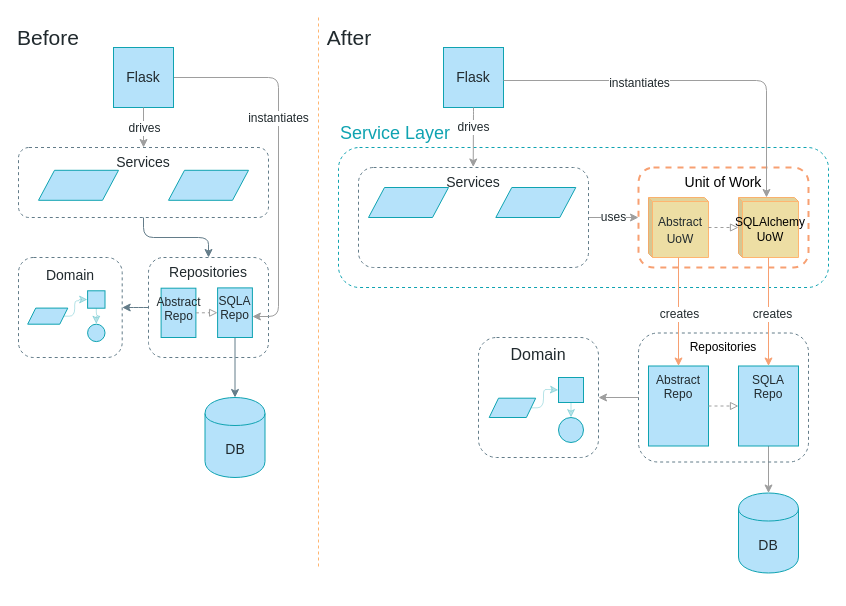
Above: page "Chapter 5" (4 of 10) of maps.drawio in cosmicpython/book (draw.io), before the change. Source tidied: cells renumbered, new cells numbered last; positions are measured from the earlier drawing's top-left corner, leaving out a move shared by most shapes. Both pictures are drawn from the tidied source at 100%, with x=0, y=0 at pixel (17, 17).
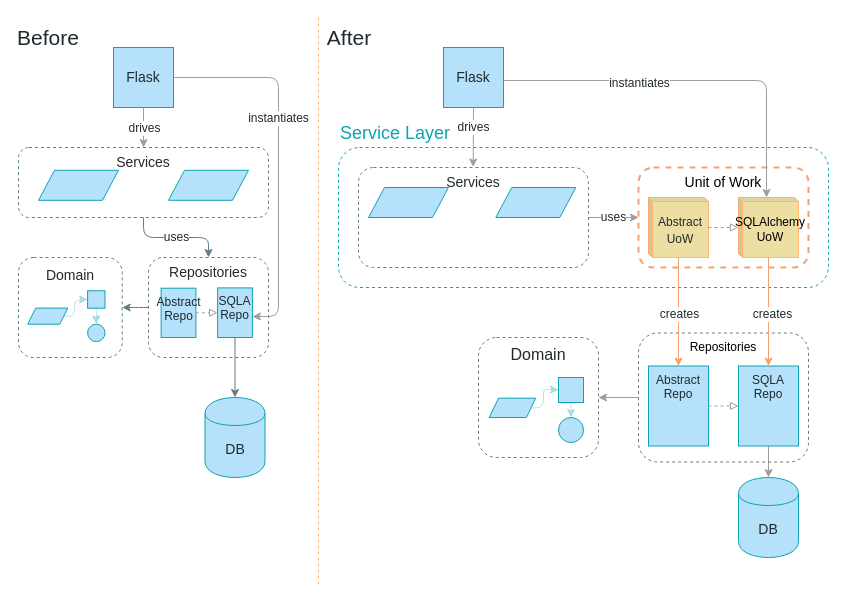
The same page after the edit.

Unchanged cells that the change refers to:
```xml
<mxCell id="6" value="&lt;font style=&quot;font-size: 14px&quot; color=&quot;#212A2E&quot;&gt;Repositories&lt;/font&gt;" style="whiteSpace=wrap;html=1;strokeColor=#637C89;fillColor=none;gradientColor=none;fontFamily=Guardian Sans Cond Light;fontSize=12;fontColor=#000000;verticalAlign=top;rounded=1;dashed=1;" parent="5" vertex="1">
  <mxGeometry width="120" height="100" as="geometry" />
</mxCell>
<mxCell id="55" value="Services" style="rounded=1;whiteSpace=wrap;html=1;fontFamily=Guardian Sans Cond Light;verticalAlign=top;fontSize=14;fontColor=#212A2E;fillColor=none;strokeColor=#637C89;fontStyle=0;dashed=1;" parent="1" vertex="1">
  <mxGeometry x="1" y="130" width="250" height="70" as="geometry" />
</mxCell>
```

The edit, as a diff of the source:
```diff
@@
-    <mxCell id="14" style="edgeStyle=orthogonalEdgeStyle;jettySize=auto;html=1;strokeColor=#637C89;fillColor=#B5E2FA;fontFamily=Guardian Sans Cond Light;fontSize=12;fontColor=#212A2E;" parent="1" edge="1" source="55" target="6">
+    <mxCell id="14" value="uses" style="edgeStyle=orthogonalEdgeStyle;jettySize=auto;html=1;strokeColor=#637C89;fillColor=#B5E2FA;fontFamily=Guardian Sans Cond Light;fontSize=12;fontColor=#212A2E;" parent="1" edge="1" source="55" target="6">
       <mxGeometry relative="1" as="geometry" />
     </mxCell>
@@
     <mxCell id="27" value="DB" style="shape=cylinder;whiteSpace=wrap;html=1;boundedLbl=1;backgroundOutline=1;strokeColor=#0FA3B1;fillColor=#B5E2FA;fontSize=14;fontColor=#212A2E;gradientColor=none;fontFamily=Guardian Sans Cond Light;" parent="1" vertex="1">
-      <mxGeometry x="721" y="475.5" width="60" height="80" as="geometry" />
+      <mxGeometry x="721" y="460" width="60" height="80" as="geometry" />
     </mxCell>
@@
     <mxCell id="29" style="endArrow=none;dashed=1;html=1;strokeColor=#FFB570;fillColor=#B5E2FA;fontFamily=Guardian Sans Cond Light;fontSize=21;fontColor=#212A2E;" parent="1" edge="1">
       <mxGeometry relative="1" as="geometry">
         <mxPoint x="301" as="sourcePoint" />
-        <mxPoint x="301" y="549.5" as="targetPoint" />
+        <mxPoint x="301" y="570" as="targetPoint" />
       </mxGeometry>
     </mxCell>
```
